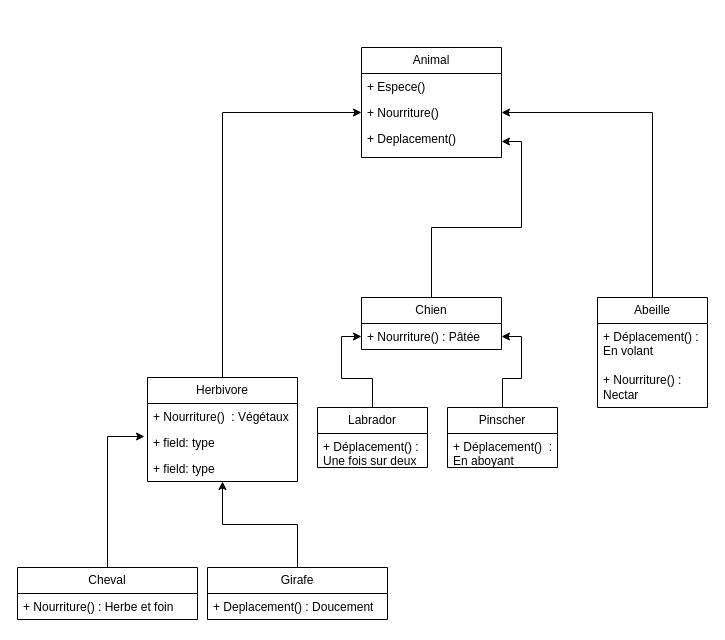
Above: Objet/ClassementAnimal.drawio in AurelienChem/ABCDEV_2306_GA (draw.io), before the change. Source tidied: cells renumbered, new cells numbered last; positions are measured from the earlier drawing's top-left corner, leaving out a move shared by most shapes. Both pictures are drawn from the tidied source at 100%, with x=0, y=0 at pixel (17, 47).
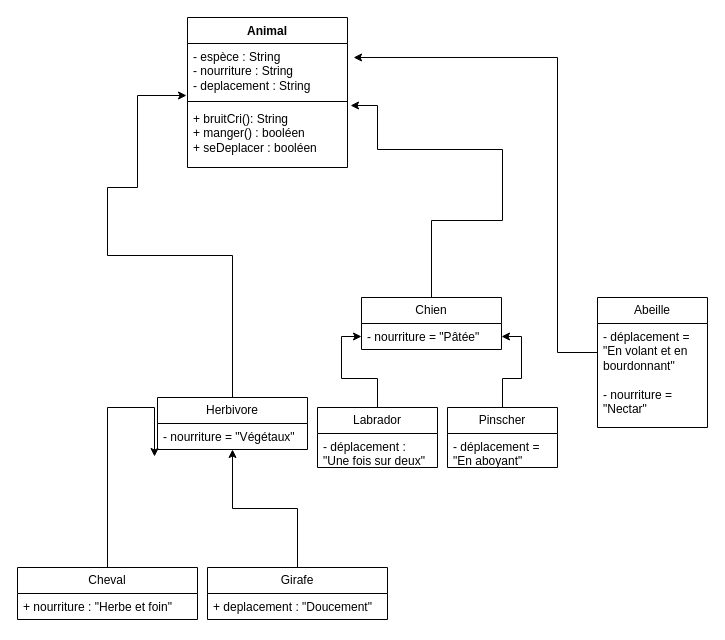
Above is the later version.

Commit message:
Classement Animal New Version

The change refers to these unchanged cells:
```xml
<mxCell id="7" value="Girafe" style="swimlane;fontStyle=0;horizontal=1;startSize=26;fillColor=none;whiteSpace=wrap;html=1;" parent="1" vertex="1">
  <mxGeometry x="190" y="520" width="180" height="52" as="geometry" />
</mxCell>
<mxCell id="10" value="Cheval" style="swimlane;fontStyle=0;horizontal=1;startSize=26;fillColor=none;whiteSpace=wrap;html=1;" parent="1" vertex="1">
  <mxGeometry y="520" width="180" height="52" as="geometry" />
</mxCell>
<mxCell id="18" value="Chien" style="swimlane;fontStyle=0;horizontal=1;startSize=26;fillColor=none;whiteSpace=wrap;html=1;" parent="1" vertex="1">
  <mxGeometry x="344" y="250" width="140" height="52" as="geometry" />
</mxCell>
<mxCell id="24" value="Pinscher" style="swimlane;fontStyle=0;horizontal=1;startSize=26;fillColor=none;whiteSpace=wrap;html=1;" parent="1" vertex="1">
  <mxGeometry x="430" y="360" width="110" height="60" as="geometry" />
</mxCell>
```

What changed in the source:
```diff
@@
-    <mxCell id="2" value="Animal" style="swimlane;fontStyle=0;horizontal=1;startSize=26;fillColor=none;whiteSpace=wrap;html=1;" parent="1" vertex="1">
-      <mxGeometry x="344" width="140" height="110" as="geometry" />
-    </mxCell>
-    <mxCell id="3" value="+ Espece()" style="text;strokeColor=none;fillColor=none;align=left;verticalAlign=top;spacingLeft=4;spacingRight=4;overflow=hidden;whiteSpace=wrap;html=1;" parent="2" vertex="1">
-      <mxGeometry y="26" width="140" height="26" as="geometry" />
-    </mxCell>
-    <mxCell id="4" value="+ Nourriture()" style="text;strokeColor=none;fillColor=none;align=left;verticalAlign=top;spacingLeft=4;spacingRight=4;overflow=hidden;points=[[0,0.5],[1,0.5]];portConstraint=eastwest;whiteSpace=wrap;html=1;" parent="2" vertex="1">
-      <mxGeometry y="52" width="140" height="26" as="geometry" />
-    </mxCell>
-    <mxCell id="5" value="+ Deplacement()" style="text;strokeColor=none;fillColor=none;align=left;verticalAlign=top;spacingLeft=4;spacingRight=4;overflow=hidden;points=[[0,0.5],[1,0.5]];portConstraint=eastwest;whiteSpace=wrap;html=1;" parent="2" vertex="1">
-      <mxGeometry y="78" width="140" height="32" as="geometry" />
-    </mxCell>
@@
-    <mxCell id="8" value="+ Deplacement() : Doucement" style="text;strokeColor=none;fillColor=none;align=left;verticalAlign=top;spacingLeft=4;spacingRight=4;overflow=hidden;whiteSpace=wrap;html=1;" parent="7" vertex="1">
+    <mxCell id="8" value="+ deplacement : &quot;Doucement&quot;" style="text;strokeColor=none;fillColor=none;align=left;verticalAlign=top;spacingLeft=4;spacingRight=4;overflow=hidden;whiteSpace=wrap;html=1;" parent="7" vertex="1">
       <mxGeometry y="26" width="180" height="26" as="geometry" />
     </mxCell>
     <mxCell id="9" style="edgeStyle=orthogonalEdgeStyle;rounded=0;jettySize=auto;html=1;exitX=0.5;exitY=0;exitDx=0;exitDy=0;entryX=-0.02;entryY=1.269;entryDx=0;entryDy=0;entryPerimeter=0;" parent="1" edge="1" source="10" target="14">
-      <mxGeometry relative="1" as="geometry" />
+      <mxGeometry relative="1" as="geometry">
+        <Array as="points">
+          <mxPoint x="90" y="360" />
+          <mxPoint x="137" y="360" />
+        </Array>
+      </mxGeometry>
     </mxCell>
@@
-    <mxCell id="11" value="+ Nourriture() : Herbe et foin" style="text;strokeColor=none;fillColor=none;align=left;verticalAlign=top;spacingLeft=4;spacingRight=4;overflow=hidden;whiteSpace=wrap;html=1;" parent="10" vertex="1">
+    <mxCell id="11" value="+ nourriture : &quot;Herbe et foin&quot;" style="text;strokeColor=none;fillColor=none;align=left;verticalAlign=top;spacingLeft=4;spacingRight=4;overflow=hidden;whiteSpace=wrap;html=1;" parent="10" vertex="1">
       <mxGeometry y="26" width="180" height="26" as="geometry" />
     </mxCell>
-    <mxCell id="12" style="edgeStyle=orthogonalEdgeStyle;rounded=0;jettySize=auto;html=1;exitX=0.5;exitY=0;exitDx=0;exitDy=0;entryX=0;entryY=0.5;entryDx=0;entryDy=0;" parent="1" edge="1" source="13" target="4">
-      <mxGeometry relative="1" as="geometry" />
+    <mxCell id="12" style="edgeStyle=orthogonalEdgeStyle;rounded=0;jettySize=auto;html=1;exitX=0.5;exitY=0;exitDx=0;exitDy=0;entryX=-0.006;entryY=0.963;entryDx=0;entryDy=0;entryPerimeter=0;" parent="1" edge="1" source="13" target="29">
+      <mxGeometry relative="1" as="geometry">
+        <Array as="points">
+          <mxPoint x="215" y="208" />
+          <mxPoint x="90" y="208" />
+          <mxPoint x="90" y="140" />
+          <mxPoint x="120" y="140" />
+          <mxPoint x="120" y="48" />
+        </Array>
+      </mxGeometry>
     </mxCell>
     <mxCell id="13" value="Herbivore" style="swimlane;fontStyle=0;horizontal=1;startSize=26;fillColor=none;whiteSpace=wrap;html=1;" parent="1" vertex="1">
-      <mxGeometry x="130" y="330" width="150" height="104" as="geometry" />
+      <mxGeometry x="140" y="350" width="150" height="52" as="geometry" />
     </mxCell>
-    <mxCell id="14" value="+ Nourriture()&amp;nbsp; : Végétaux" style="text;strokeColor=none;fillColor=none;align=left;verticalAlign=top;spacingLeft=4;spacingRight=4;overflow=hidden;points=[[0,0.5],[1,0.5]];portConstraint=eastwest;whiteSpace=wrap;html=1;" parent="13" vertex="1">
+    <mxCell id="14" value="- nourriture = &quot;Végétaux&quot;" style="text;strokeColor=none;fillColor=none;align=left;verticalAlign=top;spacingLeft=4;spacingRight=4;overflow=hidden;points=[[0,0.5],[1,0.5]];portConstraint=eastwest;whiteSpace=wrap;html=1;" parent="13" vertex="1">
       <mxGeometry y="26" width="150" height="26" as="geometry" />
     </mxCell>
-    <mxCell id="15" value="+ field: type" style="text;strokeColor=none;fillColor=none;align=left;verticalAlign=top;spacingLeft=4;spacingRight=4;overflow=hidden;whiteSpace=wrap;html=1;" parent="13" vertex="1">
-      <mxGeometry y="52" width="150" height="26" as="geometry" />
-    </mxCell>
-    <mxCell id="16" value="+ field: type" style="text;strokeColor=none;fillColor=none;align=left;verticalAlign=top;spacingLeft=4;spacingRight=4;overflow=hidden;whiteSpace=wrap;html=1;" parent="13" vertex="1">
-      <mxGeometry y="78" width="150" height="26" as="geometry" />
-    </mxCell>
-    <mxCell id="17" style="edgeStyle=orthogonalEdgeStyle;rounded=0;jettySize=auto;html=1;exitX=0.5;exitY=0;exitDx=0;exitDy=0;" parent="1" edge="1" source="18" target="5">
-      <mxGeometry relative="1" as="geometry" />
+    <mxCell id="17" style="edgeStyle=orthogonalEdgeStyle;rounded=0;jettySize=auto;html=1;exitX=0.5;exitY=0;exitDx=0;exitDy=0;entryX=1.019;entryY=0;entryDx=0;entryDy=0;entryPerimeter=0;" parent="1" edge="1" source="18" target="31">
+      <mxGeometry relative="1" as="geometry">
+        <Array as="points">
+          <mxPoint x="414" y="173" />
+          <mxPoint x="485" y="173" />
+          <mxPoint x="485" y="102" />
+          <mxPoint x="360" y="102" />
+          <mxPoint x="360" y="58" />
+        </Array>
+      </mxGeometry>
     </mxCell>
@@
-    <mxCell id="19" value="+ Nourriture() : Pâtée" style="text;strokeColor=none;fillColor=none;align=left;verticalAlign=top;spacingLeft=4;spacingRight=4;overflow=hidden;points=[[0,0.5],[1,0.5]];portConstraint=eastwest;whiteSpace=wrap;html=1;" parent="18" vertex="1">
+    <mxCell id="19" value="- nourriture = &quot;Pâtée&quot;" style="text;strokeColor=none;fillColor=none;align=left;verticalAlign=top;spacingLeft=4;spacingRight=4;overflow=hidden;points=[[0,0.5],[1,0.5]];portConstraint=eastwest;whiteSpace=wrap;html=1;" parent="18" vertex="1">
       <mxGeometry y="26" width="140" height="26" as="geometry" />
     </mxCell>
@@
     <mxCell id="21" value="Labrador" style="swimlane;fontStyle=0;horizontal=1;startSize=26;fillColor=none;whiteSpace=wrap;html=1;" parent="1" vertex="1">
-      <mxGeometry x="300" y="360" width="110" height="60" as="geometry" />
+      <mxGeometry x="300" y="360" width="120" height="60" as="geometry" />
     </mxCell>
-    <mxCell id="22" value="+ Déplacement() : Une fois sur deux" style="text;strokeColor=none;fillColor=none;align=left;verticalAlign=top;spacingLeft=4;spacingRight=4;overflow=hidden;whiteSpace=wrap;html=1;" parent="21" vertex="1">
-      <mxGeometry y="26" width="110" height="34" as="geometry" />
+    <mxCell id="22" value="- déplacement : &quot;Une fois sur deux&quot;" style="text;strokeColor=none;fillColor=none;align=left;verticalAlign=top;spacingLeft=4;spacingRight=4;overflow=hidden;whiteSpace=wrap;html=1;" parent="21" vertex="1">
+      <mxGeometry y="26" width="120" height="34" as="geometry" />
     </mxCell>
@@
-    <mxCell id="25" value="+ Déplacement()&amp;nbsp; : En aboyant" style="text;strokeColor=none;fillColor=none;align=left;verticalAlign=top;spacingLeft=4;spacingRight=4;overflow=hidden;whiteSpace=wrap;html=1;" parent="24" vertex="1">
+    <mxCell id="25" value="- déplacement = &quot;En aboyant&quot;" style="text;strokeColor=none;fillColor=none;align=left;verticalAlign=top;spacingLeft=4;spacingRight=4;overflow=hidden;whiteSpace=wrap;html=1;" parent="24" vertex="1">
       <mxGeometry y="26" width="110" height="34" as="geometry" />
     </mxCell>
-    <mxCell id="26" style="edgeStyle=orthogonalEdgeStyle;rounded=0;jettySize=auto;html=1;entryX=1;entryY=0.5;entryDx=0;entryDy=0;" parent="1" edge="1" source="27" target="4">
-      <mxGeometry relative="1" as="geometry" />
+    <mxCell id="26" style="edgeStyle=orthogonalEdgeStyle;rounded=0;jettySize=auto;html=1;entryX=1.038;entryY=0.259;entryDx=0;entryDy=0;entryPerimeter=0;" parent="1" edge="1" source="27" target="29">
+      <mxGeometry relative="1" as="geometry">
+        <Array as="points">
+          <mxPoint x="540" y="305" />
+          <mxPoint x="540" y="10" />
+        </Array>
+      </mxGeometry>
     </mxCell>
     <mxCell id="27" value="Abeille" style="swimlane;fontStyle=0;horizontal=1;startSize=26;fillColor=none;whiteSpace=wrap;html=1;" parent="1" vertex="1">
-      <mxGeometry x="580" y="250" width="110" height="110" as="geometry" />
+      <mxGeometry x="580" y="250" width="110" height="130" as="geometry" />
     </mxCell>
-    <mxCell id="28" value="+ Déplacement() : En volant&lt;br&gt;&lt;br&gt;+ Nourriture() : Nectar" style="text;strokeColor=none;fillColor=none;align=left;verticalAlign=top;spacingLeft=4;spacingRight=4;overflow=hidden;whiteSpace=wrap;html=1;" parent="27" vertex="1">
-      <mxGeometry y="26" width="110" height="84" as="geometry" />
+    <mxCell id="28" value="- déplacement = &quot;En volant et en bourdonnant&quot;&lt;br&gt;&lt;br&gt;- nourriture = &quot;Nectar&quot;" style="text;strokeColor=none;fillColor=none;align=left;verticalAlign=top;spacingLeft=4;spacingRight=4;overflow=hidden;whiteSpace=wrap;html=1;" parent="27" vertex="1">
+      <mxGeometry y="26" width="110" height="104" as="geometry" />
     </mxCell>
+    <mxCell id="2" value="Animal" style="swimlane;fontStyle=1;align=center;verticalAlign=top;horizontal=1;startSize=26;whiteSpace=wrap;html=1;" parent="1" vertex="1">
+      <mxGeometry x="170" y="-30" width="160" height="150" as="geometry" />
+    </mxCell>
+    <mxCell id="29" value="- espèce : String&lt;br&gt;- nourriture : String&lt;br&gt;- deplacement : String" style="text;strokeColor=none;fillColor=none;align=left;verticalAlign=top;spacingLeft=4;spacingRight=4;overflow=hidden;points=[[0,0.5],[1,0.5]];portConstraint=eastwest;whiteSpace=wrap;html=1;" parent="2" vertex="1">
+      <mxGeometry y="26" width="160" height="54" as="geometry" />
+    </mxCell>
+    <mxCell id="30" style="line;strokeWidth=1;fillColor=none;align=left;verticalAlign=middle;spacingTop=-1;spacingLeft=3;spacingRight=3;labelPosition=right;strokeColor=inherit;" parent="2" vertex="1">
+      <mxGeometry y="80" width="160" height="8" as="geometry" />
+    </mxCell>
+    <mxCell id="31" value="+ bruitCri(): String&lt;br&gt;+ manger() : booléen&lt;br&gt;+ seDeplacer : booléen" style="text;strokeColor=none;fillColor=none;align=left;verticalAlign=top;spacingLeft=4;spacingRight=4;overflow=hidden;points=[[0,0.5],[1,0.5]];portConstraint=eastwest;whiteSpace=wrap;html=1;" parent="2" vertex="1">
+      <mxGeometry y="88" width="160" height="62" as="geometry" />
+    </mxCell>
```
